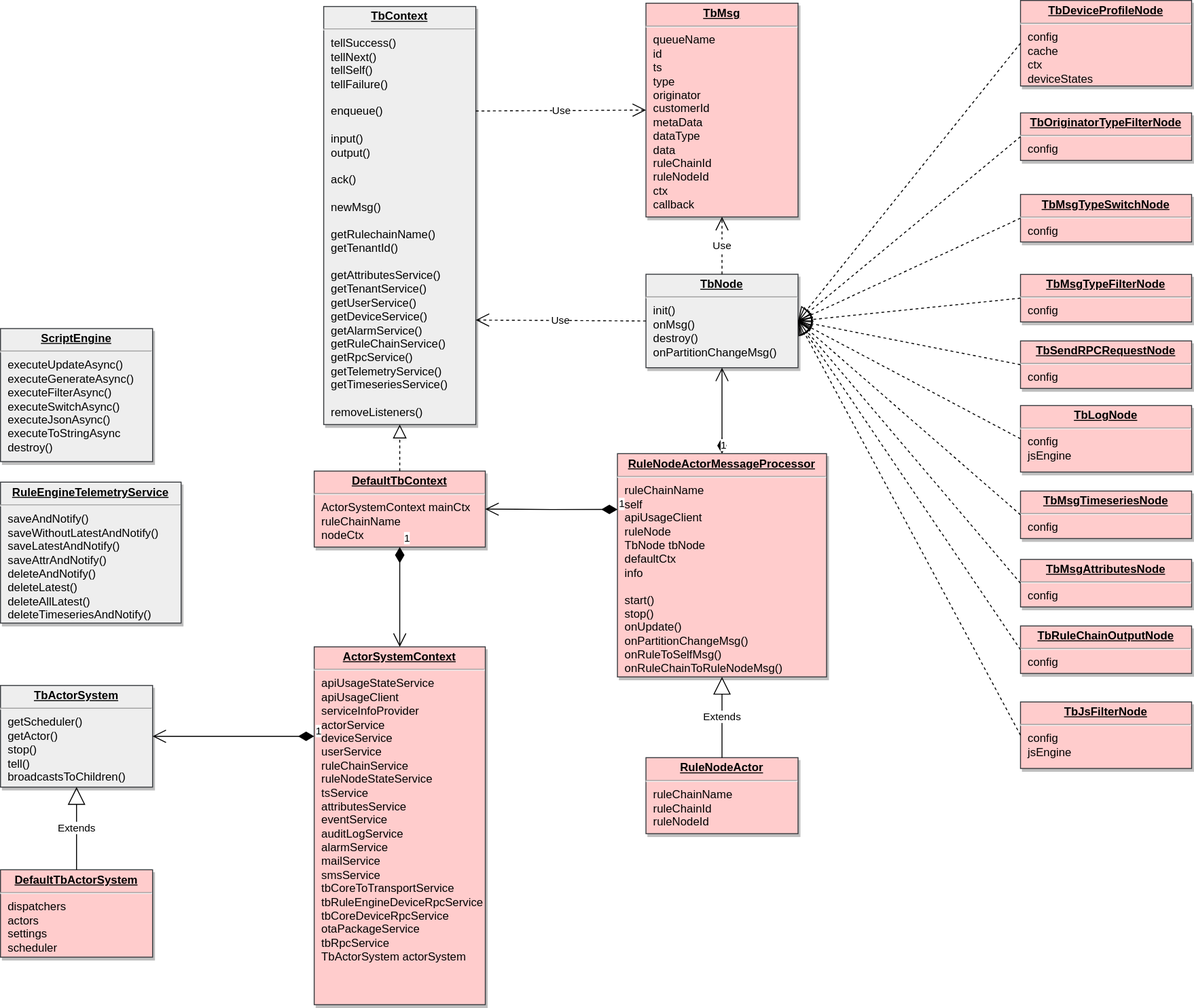
tx7do/tx7do.github.io keeps this draw.io diagram as assets/images/thingsboard_rule_engine_class.svg. Above is the earlier version. Source tidied: cells renumbered, new cells last; positions are measured from the earlier drawing's top-left corner, leaving out a move shared by most shapes.
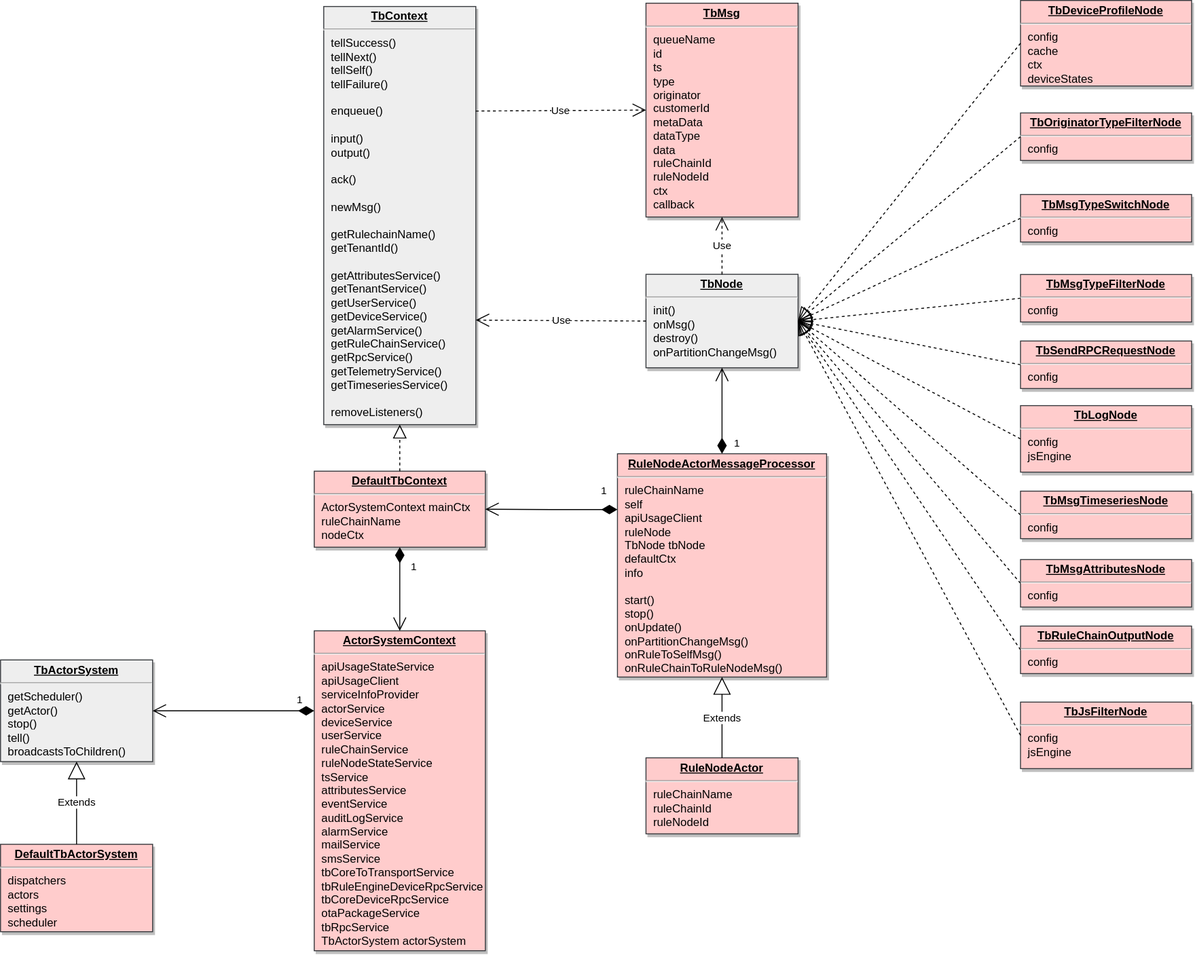
The same diagram one commit later.

The edit, as a diff of the source:
```diff
@@ -11,18 +11,12 @@
     <mxCell id="4" value="&lt;p style=&quot;margin: 0px ; margin-top: 4px ; text-align: center ; text-decoration: underline&quot;&gt;&lt;strong&gt;DefaultTbContext&lt;/strong&gt;&lt;/p&gt;&lt;hr&gt;&lt;p style=&quot;margin: 0px ; margin-left: 8px&quot;&gt;ActorSystemContext mainCtx&lt;/p&gt;&lt;p style=&quot;margin: 0px ; margin-left: 8px&quot;&gt;ruleChainName&lt;/p&gt;&lt;p style=&quot;margin: 0px ; margin-left: 8px&quot;&gt;nodeCtx&lt;br&gt;&lt;/p&gt;" style="verticalAlign=top;align=left;overflow=fill;fontSize=12;fontFamily=Helvetica;html=1;strokeColor=#36393d;shadow=1;fillColor=#ffcccc;" parent="1" vertex="1">
       <mxGeometry x="330" y="495.4" width="180" height="80" as="geometry" />
     </mxCell>
-    <mxCell id="5" value="&lt;p style=&quot;margin: 0px ; margin-top: 4px ; text-align: center ; text-decoration: underline&quot;&gt;&lt;strong&gt;ScriptEngine&lt;/strong&gt;&lt;/p&gt;&lt;hr&gt;&lt;p style=&quot;margin: 0px ; margin-left: 8px&quot;&gt;executeUpdateAsync()&lt;/p&gt;&lt;p style=&quot;margin: 0px ; margin-left: 8px&quot;&gt;executeGenerateAsync()&lt;/p&gt;&lt;p style=&quot;margin: 0px ; margin-left: 8px&quot;&gt;executeFilterAsync()&lt;/p&gt;&lt;p style=&quot;margin: 0px ; margin-left: 8px&quot;&gt;executeSwitchAsync()&lt;/p&gt;&lt;p style=&quot;margin: 0px ; margin-left: 8px&quot;&gt;executeJsonAsync()&lt;/p&gt;&lt;p style=&quot;margin: 0px ; margin-left: 8px&quot;&gt;executeToStringAsync&lt;/p&gt;&lt;p style=&quot;margin: 0px ; margin-left: 8px&quot;&gt;&lt;span style=&quot;font-size: 12px&quot;&gt;destroy()&lt;/span&gt;&lt;br&gt;&lt;/p&gt;" style="verticalAlign=top;align=left;overflow=fill;fontSize=12;fontFamily=Helvetica;html=1;strokeColor=#36393d;shadow=1;fillColor=#eeeeee;" parent="1" vertex="1">
-      <mxGeometry y="345.4" width="160" height="140" as="geometry" />
-    </mxCell>
     <mxCell id="6" value="&lt;p style=&quot;margin: 0px ; margin-top: 4px ; text-align: center ; text-decoration: underline&quot;&gt;&lt;strong&gt;TbContext&lt;/strong&gt;&lt;/p&gt;&lt;hr&gt;&lt;p style=&quot;margin: 0px ; margin-left: 8px&quot;&gt;tellSuccess()&lt;/p&gt;&lt;p style=&quot;margin: 0px ; margin-left: 8px&quot;&gt;tellNext()&lt;/p&gt;&lt;p style=&quot;margin: 0px ; margin-left: 8px&quot;&gt;tellSelf()&lt;/p&gt;&lt;p style=&quot;margin: 0px ; margin-left: 8px&quot;&gt;tellFailure()&lt;/p&gt;&lt;p style=&quot;margin: 0px ; margin-left: 8px&quot;&gt;&lt;br&gt;&lt;/p&gt;&lt;p style=&quot;margin: 0px ; margin-left: 8px&quot;&gt;enqueue()&lt;/p&gt;&lt;p style=&quot;margin: 0px ; margin-left: 8px&quot;&gt;&lt;br&gt;&lt;/p&gt;&lt;p style=&quot;margin: 0px ; margin-left: 8px&quot;&gt;input()&lt;/p&gt;&lt;p style=&quot;margin: 0px ; margin-left: 8px&quot;&gt;output()&lt;/p&gt;&lt;p style=&quot;margin: 0px ; margin-left: 8px&quot;&gt;&lt;br&gt;&lt;/p&gt;&lt;p style=&quot;margin: 0px ; margin-left: 8px&quot;&gt;ack()&lt;/p&gt;&lt;p style=&quot;margin: 0px ; margin-left: 8px&quot;&gt;&lt;br&gt;&lt;/p&gt;&lt;p style=&quot;margin: 0px ; margin-left: 8px&quot;&gt;newMsg()&lt;/p&gt;&lt;p style=&quot;margin: 0px ; margin-left: 8px&quot;&gt;&lt;br&gt;&lt;/p&gt;&lt;p style=&quot;margin: 0px ; margin-left: 8px&quot;&gt;getRulechainName()&lt;/p&gt;&lt;p style=&quot;margin: 0px ; margin-left: 8px&quot;&gt;getTenantId()&lt;/p&gt;&lt;p style=&quot;margin: 0px ; margin-left: 8px&quot;&gt;&lt;br&gt;&lt;/p&gt;&lt;p style=&quot;margin: 0px ; margin-left: 8px&quot;&gt;getAttributesService()&lt;/p&gt;&lt;p style=&quot;margin: 0px ; margin-left: 8px&quot;&gt;getTenantService()&lt;/p&gt;&lt;p style=&quot;margin: 0px ; margin-left: 8px&quot;&gt;getUserService()&lt;/p&gt;&lt;p style=&quot;margin: 0px ; margin-left: 8px&quot;&gt;getDeviceService()&lt;/p&gt;&lt;p style=&quot;margin: 0px ; margin-left: 8px&quot;&gt;getAlarmService()&lt;/p&gt;&lt;p style=&quot;margin: 0px ; margin-left: 8px&quot;&gt;getRuleChainService()&lt;/p&gt;&lt;p style=&quot;margin: 0px ; margin-left: 8px&quot;&gt;getRpcService()&lt;/p&gt;&lt;p style=&quot;margin: 0px ; margin-left: 8px&quot;&gt;getTelemetryService()&lt;/p&gt;&lt;p style=&quot;margin: 0px ; margin-left: 8px&quot;&gt;getTimeseriesService()&lt;/p&gt;&lt;p style=&quot;margin: 0px ; margin-left: 8px&quot;&gt;&lt;br&gt;&lt;/p&gt;&lt;p style=&quot;margin: 0px ; margin-left: 8px&quot;&gt;removeListeners()&lt;/p&gt;" style="verticalAlign=top;align=left;overflow=fill;fontSize=12;fontFamily=Helvetica;html=1;shadow=1;fillColor=#eeeeee;strokeColor=#36393d;" parent="1" vertex="1">
       <mxGeometry x="340" y="6.4" width="160" height="440" as="geometry" />
     </mxCell>
     <mxCell id="7" value="&lt;p style=&quot;margin: 4px 0px 0px ; text-align: center&quot;&gt;&lt;span style=&quot;font-size: 12px&quot;&gt;&lt;b&gt;&lt;u&gt;TbActorSystem&lt;/u&gt;&lt;/b&gt;&lt;/span&gt;&lt;br&gt;&lt;/p&gt;&lt;hr&gt;&lt;p style=&quot;margin: 0px ; margin-left: 8px&quot;&gt;getScheduler()&lt;/p&gt;&lt;p style=&quot;margin: 0px ; margin-left: 8px&quot;&gt;&lt;span style=&quot;font-size: 12px&quot;&gt;getActor()&lt;/span&gt;&lt;br&gt;&lt;/p&gt;&lt;p style=&quot;margin: 0px ; margin-left: 8px&quot;&gt;&lt;span style=&quot;font-size: 12px&quot;&gt;stop()&lt;/span&gt;&lt;/p&gt;&lt;p style=&quot;margin: 0px ; margin-left: 8px&quot;&gt;&lt;span style=&quot;font-size: 12px&quot;&gt;tell()&lt;/span&gt;&lt;/p&gt;&lt;p style=&quot;margin: 0px ; margin-left: 8px&quot;&gt;&lt;span style=&quot;font-size: 12px&quot;&gt;broadcastsToChildren()&lt;/span&gt;&lt;/p&gt;" style="verticalAlign=top;align=left;overflow=fill;fontSize=12;fontFamily=Helvetica;html=1;strokeColor=#36393d;shadow=1;fillColor=#eeeeee;" parent="1" vertex="1">
-      <mxGeometry y="721" width="160" height="107" as="geometry" />
+      <mxGeometry y="694" width="160" height="107" as="geometry" />
     </mxCell>
-    <mxCell id="8" value="&lt;p style=&quot;margin: 4px 0px 0px ; text-align: center&quot;&gt;&lt;span style=&quot;font-size: 12px&quot;&gt;&lt;b&gt;&lt;u&gt;RuleEngineTelemetryService&lt;/u&gt;&lt;/b&gt;&lt;/span&gt;&lt;br&gt;&lt;/p&gt;&lt;hr&gt;&lt;p style=&quot;margin: 0px ; margin-left: 8px&quot;&gt;saveAndNotify()&lt;/p&gt;&lt;p style=&quot;margin: 0px ; margin-left: 8px&quot;&gt;&lt;span style=&quot;font-size: 12px&quot;&gt;saveWithoutLatestAndNotify()&lt;/span&gt;&lt;br&gt;&lt;/p&gt;&lt;p style=&quot;margin: 0px ; margin-left: 8px&quot;&gt;&lt;span style=&quot;font-size: 12px&quot;&gt;saveLatestAndNotify()&lt;/span&gt;&lt;/p&gt;&lt;p style=&quot;margin: 0px ; margin-left: 8px&quot;&gt;&lt;span style=&quot;font-size: 12px&quot;&gt;saveAttrAndNotify()&lt;/span&gt;&lt;/p&gt;&lt;p style=&quot;margin: 0px ; margin-left: 8px&quot;&gt;&lt;span style=&quot;font-size: 12px&quot;&gt;deleteAndNotify()&lt;/span&gt;&lt;/p&gt;&lt;p style=&quot;margin: 0px ; margin-left: 8px&quot;&gt;&lt;span style=&quot;font-size: 12px&quot;&gt;deleteLatest()&lt;/span&gt;&lt;/p&gt;&lt;p style=&quot;margin: 0px ; margin-left: 8px&quot;&gt;&lt;span style=&quot;font-size: 12px&quot;&gt;deleteAllLatest()&lt;/span&gt;&lt;/p&gt;&lt;p style=&quot;margin: 0px ; margin-left: 8px&quot;&gt;&lt;span style=&quot;font-size: 12px&quot;&gt;deleteTimeseriesAndNotify()&lt;/span&gt;&lt;/p&gt;&lt;p style=&quot;margin: 0px ; margin-left: 8px&quot;&gt;&lt;span style=&quot;font-size: 12px&quot;&gt;&lt;br&gt;&lt;/span&gt;&lt;/p&gt;" style="verticalAlign=top;align=left;overflow=fill;fontSize=12;fontFamily=Helvetica;html=1;strokeColor=#36393d;shadow=1;fillColor=#eeeeee;" parent="1" vertex="1">
-      <mxGeometry y="507" width="190" height="148.4" as="geometry" />
-    </mxCell>
     <mxCell id="9" style="endArrow=block;dashed=1;endFill=0;endSize=12;html=1;rounded=0;entryX=0.5;entryY=1;entryDx=0;entryDy=0;exitX=0.5;exitY=0;exitDx=0;exitDy=0;" parent="1" edge="1" source="4" target="6">
       <mxGeometry relative="1" as="geometry" />
     </mxCell>
@@ -99,10 +93,10 @@
       <mxGeometry x="649" y="477" width="220" height="235" as="geometry" />
     </mxCell>
     <mxCell id="34" value="1" style="endArrow=open;html=1;endSize=12;startArrow=diamondThin;startSize=14;startFill=1;edgeStyle=orthogonalEdgeStyle;align=left;verticalAlign=bottom;rounded=0;exitX=0;exitY=0.25;exitDx=0;exitDy=0;entryX=1;entryY=0.5;entryDx=0;entryDy=0;" parent="1" edge="1" source="33" target="4">
-      <mxGeometry x="-1" y="3" relative="1" as="geometry" />
+      <mxGeometry x="-0.73" y="-11" relative="1" as="geometry" />
     </mxCell>
     <mxCell id="35" value="1" style="endArrow=open;html=1;endSize=12;startArrow=diamondThin;startSize=14;startFill=1;edgeStyle=orthogonalEdgeStyle;align=left;verticalAlign=bottom;rounded=0;exitX=0.5;exitY=0;exitDx=0;exitDy=0;entryX=0.5;entryY=1;entryDx=0;entryDy=0;" parent="1" edge="1" source="33" target="2">
-      <mxGeometry x="-1" y="3" relative="1" as="geometry" />
+      <mxGeometry x="-0.96" y="-11" relative="1" as="geometry" />
     </mxCell>
     <mxCell id="36" value="&lt;p style=&quot;margin: 4px 0px 0px ; text-align: center&quot;&gt;&lt;span style=&quot;font-size: 12px&quot;&gt;&lt;b&gt;&lt;u&gt;RuleNodeActor&lt;/u&gt;&lt;/b&gt;&lt;/span&gt;&lt;br&gt;&lt;/p&gt;&lt;hr&gt;&lt;p style=&quot;margin: 0px ; margin-left: 8px&quot;&gt;ruleChainName&lt;br&gt;&lt;/p&gt;&lt;p style=&quot;margin: 0px ; margin-left: 8px&quot;&gt;ruleChainId&lt;/p&gt;&lt;p style=&quot;margin: 0px ; margin-left: 8px&quot;&gt;ruleNodeId&lt;br&gt;&lt;/p&gt;" style="verticalAlign=top;align=left;overflow=fill;fontSize=12;fontFamily=Helvetica;html=1;strokeColor=#36393d;shadow=1;fillColor=#ffcccc;" parent="1" vertex="1">
       <mxGeometry x="679" y="797" width="160" height="80" as="geometry" />
@@ -111,19 +105,19 @@
       <mxGeometry relative="1" as="geometry" />
     </mxCell>
     <mxCell id="38" value="&lt;p style=&quot;margin: 4px 0px 0px ; text-align: center&quot;&gt;&lt;span style=&quot;font-size: 12px&quot;&gt;&lt;b&gt;&lt;u&gt;ActorSystemContext&lt;/u&gt;&lt;/b&gt;&lt;/span&gt;&lt;br&gt;&lt;/p&gt;&lt;hr&gt;&lt;p style=&quot;margin: 0px ; margin-left: 8px&quot;&gt;apiUsageStateService&lt;br&gt;&lt;/p&gt;&lt;p style=&quot;margin: 0px ; margin-left: 8px&quot;&gt;apiUsageClient&lt;/p&gt;&lt;p style=&quot;margin: 0px ; margin-left: 8px&quot;&gt;serviceInfoProvider&lt;br&gt;&lt;/p&gt;&lt;p style=&quot;margin: 0px ; margin-left: 8px&quot;&gt;&lt;span style=&quot;font-size: 12px&quot;&gt;actorService&lt;/span&gt;&lt;br&gt;&lt;/p&gt;&lt;p style=&quot;margin: 0px ; margin-left: 8px&quot;&gt;&lt;span style=&quot;font-size: 12px&quot;&gt;deviceService&lt;/span&gt;&lt;br&gt;&lt;/p&gt;&lt;p style=&quot;margin: 0px ; margin-left: 8px&quot;&gt;&lt;span style=&quot;font-size: 12px&quot;&gt;userService&lt;/span&gt;&lt;br&gt;&lt;/p&gt;&lt;p style=&quot;margin: 0px ; margin-left: 8px&quot;&gt;&lt;span style=&quot;font-size: 12px&quot;&gt;ruleChainService&lt;/span&gt;&lt;br&gt;&lt;/p&gt;&lt;p style=&quot;margin: 0px ; margin-left: 8px&quot;&gt;&lt;span style=&quot;font-size: 12px&quot;&gt;ruleNodeStateService&lt;/span&gt;&lt;br&gt;&lt;/p&gt;&lt;p style=&quot;margin: 0px ; margin-left: 8px&quot;&gt;&lt;span style=&quot;font-size: 12px&quot;&gt;tsService&lt;/span&gt;&lt;br&gt;&lt;/p&gt;&lt;p style=&quot;margin: 0px ; margin-left: 8px&quot;&gt;&lt;span style=&quot;font-size: 12px&quot;&gt;attributesService&lt;/span&gt;&lt;br&gt;&lt;/p&gt;&lt;p style=&quot;margin: 0px ; margin-left: 8px&quot;&gt;&lt;span style=&quot;font-size: 12px&quot;&gt;eventService&lt;/span&gt;&lt;br&gt;&lt;/p&gt;&lt;p style=&quot;margin: 0px ; margin-left: 8px&quot;&gt;&lt;span style=&quot;font-size: 12px&quot;&gt;auditLogService&lt;/span&gt;&lt;br&gt;&lt;/p&gt;&lt;p style=&quot;margin: 0px ; margin-left: 8px&quot;&gt;&lt;span style=&quot;font-size: 12px&quot;&gt;alarmService&lt;/span&gt;&lt;br&gt;&lt;/p&gt;&lt;p style=&quot;margin: 0px ; margin-left: 8px&quot;&gt;&lt;span style=&quot;font-size: 12px&quot;&gt;mailService&lt;/span&gt;&lt;br&gt;&lt;/p&gt;&lt;p style=&quot;margin: 0px ; margin-left: 8px&quot;&gt;&lt;span style=&quot;font-size: 12px&quot;&gt;smsService&lt;/span&gt;&lt;br&gt;&lt;/p&gt;&lt;p style=&quot;margin: 0px ; margin-left: 8px&quot;&gt;&lt;span style=&quot;font-size: 12px&quot;&gt;tbCoreToTransportService&lt;/span&gt;&lt;br&gt;&lt;/p&gt;&lt;p style=&quot;margin: 0px ; margin-left: 8px&quot;&gt;&lt;span style=&quot;font-size: 12px&quot;&gt;tbRuleEngineDeviceRpcService&lt;/span&gt;&lt;br&gt;&lt;/p&gt;&lt;p style=&quot;margin: 0px ; margin-left: 8px&quot;&gt;&lt;span style=&quot;font-size: 12px&quot;&gt;tbCoreDeviceRpcService&lt;/span&gt;&lt;br&gt;&lt;/p&gt;&lt;p style=&quot;margin: 0px ; margin-left: 8px&quot;&gt;&lt;span style=&quot;font-size: 12px&quot;&gt;otaPackageService&lt;/span&gt;&lt;br&gt;&lt;/p&gt;&lt;p style=&quot;margin: 0px ; margin-left: 8px&quot;&gt;&lt;span style=&quot;font-size: 12px&quot;&gt;tbRpcService&lt;/span&gt;&lt;br&gt;&lt;/p&gt;&lt;p style=&quot;margin: 0px ; margin-left: 8px&quot;&gt;&lt;span style=&quot;font-size: 12px&quot;&gt;TbActorSystem actorSystem&lt;/span&gt;&lt;br&gt;&lt;/p&gt;" style="verticalAlign=top;align=left;overflow=fill;fontSize=12;fontFamily=Helvetica;html=1;strokeColor=#36393d;shadow=1;fillColor=#ffcccc;" parent="1" vertex="1">
-      <mxGeometry x="330" y="680.4" width="180" height="376.6" as="geometry" />
+      <mxGeometry x="330" y="663.4" width="180" height="336.6" as="geometry" />
     </mxCell>
     <mxCell id="39" value="1" style="endArrow=open;html=1;endSize=12;startArrow=diamondThin;startSize=14;startFill=1;edgeStyle=orthogonalEdgeStyle;align=left;verticalAlign=bottom;rounded=0;exitX=0.5;exitY=1;exitDx=0;exitDy=0;entryX=0.5;entryY=0;entryDx=0;entryDy=0;" parent="1" edge="1" source="4" target="38">
-      <mxGeometry x="-1" y="3" relative="1" as="geometry" />
+      <mxGeometry x="-0.33" y="10" relative="1" as="geometry" />
     </mxCell>
     <mxCell id="40" value="&lt;p style=&quot;margin: 4px 0px 0px ; text-align: center&quot;&gt;&lt;span style=&quot;font-size: 12px&quot;&gt;&lt;b&gt;&lt;u&gt;DefaultTbActorSystem&lt;/u&gt;&lt;/b&gt;&lt;/span&gt;&lt;br&gt;&lt;/p&gt;&lt;hr&gt;&lt;p style=&quot;margin: 0px ; margin-left: 8px&quot;&gt;dispatchers&lt;br&gt;&lt;/p&gt;&lt;p style=&quot;margin: 0px ; margin-left: 8px&quot;&gt;actors&lt;/p&gt;&lt;p style=&quot;margin: 0px ; margin-left: 8px&quot;&gt;settings&lt;br&gt;&lt;/p&gt;&lt;p style=&quot;margin: 0px ; margin-left: 8px&quot;&gt;&lt;span style=&quot;font-size: 12px&quot;&gt;scheduler&lt;/span&gt;&lt;br&gt;&lt;/p&gt;" style="verticalAlign=top;align=left;overflow=fill;fontSize=12;fontFamily=Helvetica;html=1;strokeColor=#36393d;shadow=1;fillColor=#ffcccc;" parent="1" vertex="1">
-      <mxGeometry y="915" width="160" height="92" as="geometry" />
+      <mxGeometry y="888" width="160" height="92" as="geometry" />
     </mxCell>
     <mxCell id="41" value="Extends" style="endArrow=block;endSize=16;endFill=0;html=1;rounded=0;entryX=0.5;entryY=1;entryDx=0;entryDy=0;exitX=0.5;exitY=0;exitDx=0;exitDy=0;" parent="1" edge="1" source="40" target="7">
       <mxGeometry relative="1" as="geometry" />
     </mxCell>
     <mxCell id="42" value="1" style="endArrow=open;html=1;endSize=12;startArrow=diamondThin;startSize=14;startFill=1;edgeStyle=orthogonalEdgeStyle;align=left;verticalAlign=bottom;rounded=0;exitX=0;exitY=0.25;exitDx=0;exitDy=0;entryX=1;entryY=0.5;entryDx=0;entryDy=0;" parent="1" edge="1" source="38" target="7">
-      <mxGeometry x="-1" y="3" relative="1" as="geometry" />
+      <mxGeometry x="-0.76" y="-3" relative="1" as="geometry" />
     </mxCell>
   </root>
 </mxGraphModel>
```
